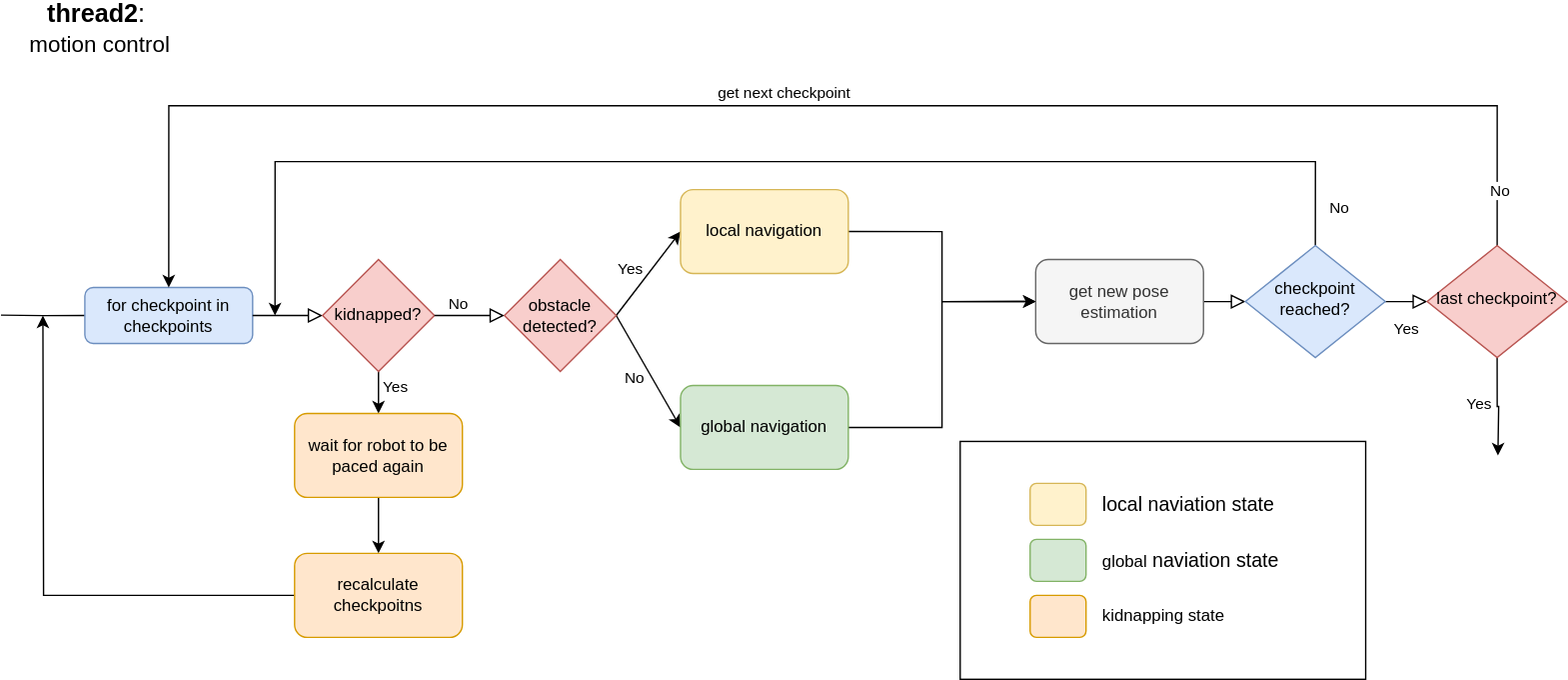
Before: media/motor_control_flowchart.svg, a diagram exported from draw.io (LaserLisa/BOMR). Source tidied: cells renumbered, new cells last; positions are measured from the earlier drawing's top-left corner, leaving out a move shared by most shapes.
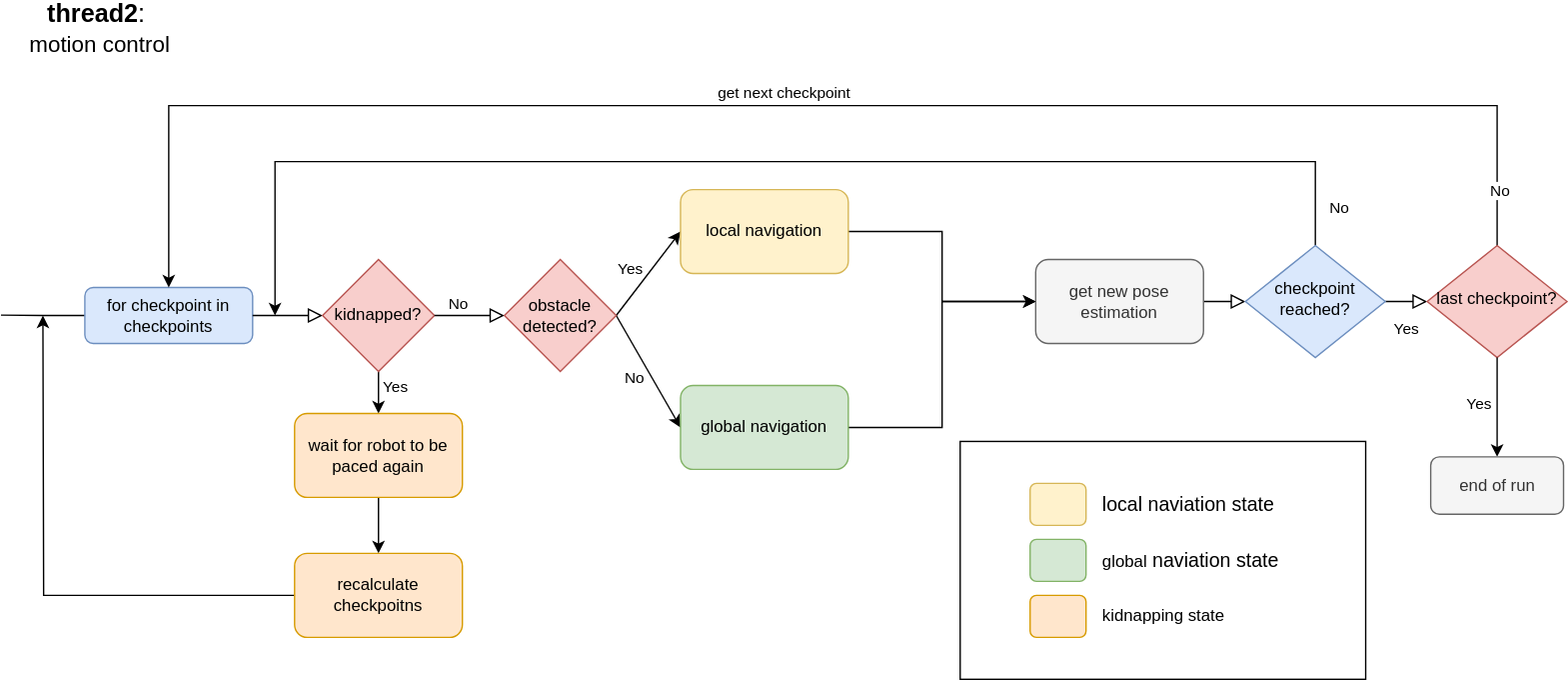
Later version of the same file.

The edit, as a diff of the source:
```diff
@@ -52,16 +52,6 @@
         <mxPoint x="51" y="-8" as="offset" />
       </mxGeometry>
     </mxCell>
-    <mxCell id="13" style="edgeStyle=orthogonalEdgeStyle;rounded=0;jettySize=auto;html=1;exitX=0.5;exitY=1;exitDx=0;exitDy=0;" parent="1" edge="1" source="15">
-      <mxGeometry relative="1" as="geometry">
-        <mxPoint x="1070.6" y="320" as="targetPoint" />
-      </mxGeometry>
-    </mxCell>
-    <mxCell id="14" value="Yes" style="edgeLabel;html=1;align=center;verticalAlign=middle;" parent="13" vertex="1">
-      <mxGeometry x="-0.08" y="-2" relative="1" as="geometry">
-        <mxPoint x="-12" as="offset" />
-      </mxGeometry>
-    </mxCell>
     <mxCell id="15" value="last checkpoint?" style="rhombus;whiteSpace=wrap;html=1;shadow=0;fontFamily=Helvetica;fontSize=12;align=center;strokeWidth=1;spacing=6;spacingTop=-4;fillColor=#f8cecc;strokeColor=#b85450;" parent="1" vertex="1">
       <mxGeometry x="1020" y="170" width="100" height="80" as="geometry" />
     </mxCell>
@@ -158,5 +148,16 @@
     <mxCell id="42" value="&lt;div align=&quot;left&quot;&gt;kidnapping state&lt;/div&gt;" style="text;html=1;align=left;verticalAlign=middle;whiteSpace=wrap;rounded=0;" parent="1" vertex="1">
       <mxGeometry x="786" y="420" width="140" height="30" as="geometry" />
     </mxCell>
+    <mxCell id="43" style="edgeStyle=orthogonalEdgeStyle;rounded=0;jettySize=auto;html=1;exitX=0.5;exitY=1;exitDx=0;exitDy=0;" parent="1" edge="1" source="15" target="44">
+      <mxGeometry relative="1" as="geometry" />
+    </mxCell>
+    <mxCell id="14" value="Yes" style="edgeLabel;html=1;align=center;verticalAlign=middle;" parent="43" vertex="1">
+      <mxGeometry x="-0.08" y="-2" relative="1" as="geometry">
+        <mxPoint x="-12" as="offset" />
+      </mxGeometry>
+    </mxCell>
+    <mxCell id="44" value="end of run" style="rounded=1;whiteSpace=wrap;html=1;fillColor=#f5f5f5;fontColor=#333333;strokeColor=#666666;" parent="1" vertex="1">
+      <mxGeometry x="1022.5" y="321" width="95" height="41" as="geometry" />
+    </mxCell>
   </root>
 </mxGraphModel>
```
